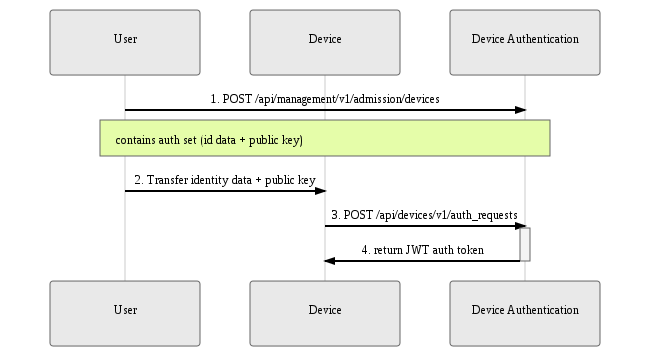
Earlier version of the Mermaid export 02.Architecture/02.Device-authentication/preauth.png (mendersoftware/mender-docs). Its source is kept beside it as 02.Architecture/02.Device-authentication/preauth.mermaid.
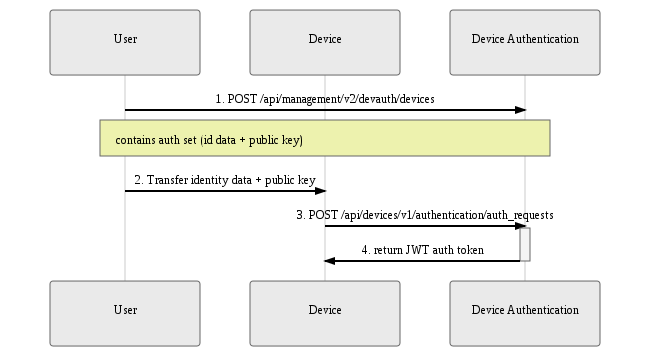
After the change.

Commit message:
remove the concepts of 'admission', 'admitting'

Change to the diagram source:
```diff
@@ -3,8 +3,10 @@
     participant Device
     participant Device Authentication
 
-    User->>Device Authentication: 1. POST /api/management/v1/admission/devices
+    User->>Device Authentication: 1. POST /api/management/v2/devauth/devices
+
     Note over User,Device Authentication: contains auth set (id data + public key)
+
     User->>Device: 2. Transfer identity data + public key
-    Device->>+Device Authentication: 3. POST /api/devices/v1/auth_requests
+    Device->>+Device Authentication: 3. POST /api/devices/v1/authentication/auth_requests
     Device Authentication->>-Device: 4. return JWT auth token
```
